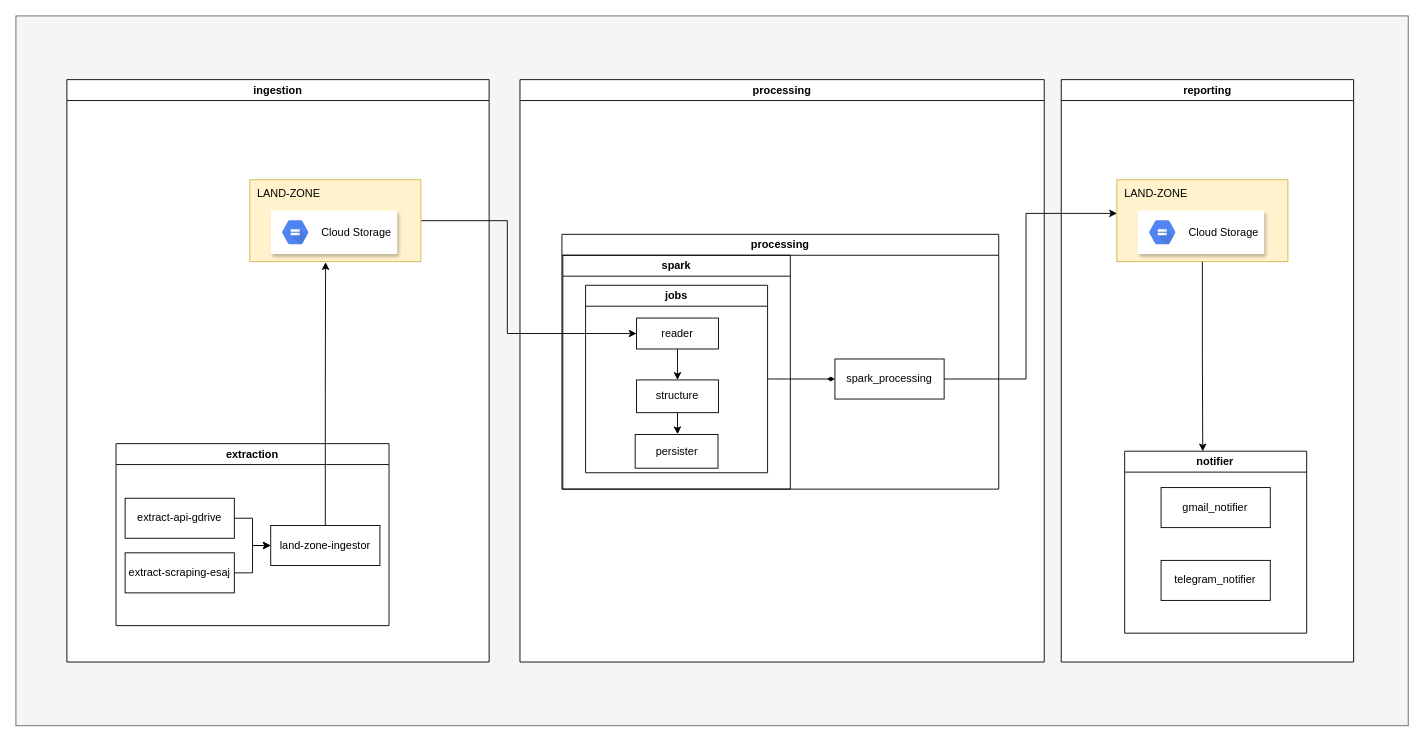
jonabsilva/data-application-pjs keeps this draw.io diagram as img/layers.drawio. Above is the earlier version. Source tidied: cells renumbered, new cells numbered last; positions are measured from the earlier drawing's top-left corner, leaving out a move shared by most shapes. Both pictures are drawn from the tidied source at 91%, with x=0, y=0 at pixel (15, 15).
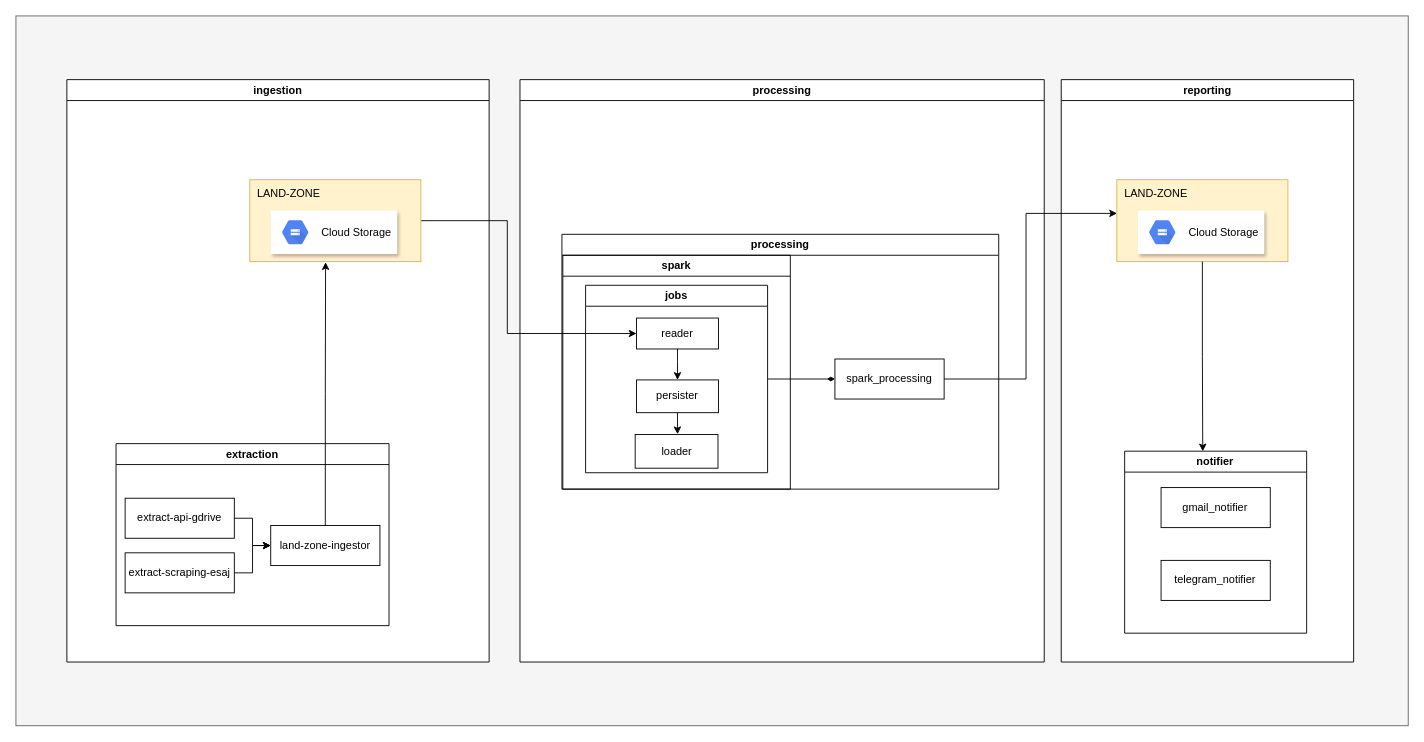
After the change.

Unchanged cells that the change refers to:
```xml
<mxCell id="18" value="spark" style="swimlane;whiteSpace=wrap;html=1;fillColor=none;" parent="15" vertex="1">
  <mxGeometry x="1" y="23" width="250" height="257" as="geometry" />
</mxCell>
```

Change to the diagram source:
```diff
@@
-    <mxCell id="22" value="structure" style="rounded=0;whiteSpace=wrap;html=1;" parent="18" vertex="1">
+    <mxCell id="22" value="persister" style="rounded=0;whiteSpace=wrap;html=1;" parent="18" vertex="1">
       <mxGeometry x="81" y="137" width="90" height="36" as="geometry" />
     </mxCell>
-    <mxCell id="23" value="persister" style="rounded=0;whiteSpace=wrap;html=1;" parent="18" vertex="1">
+    <mxCell id="23" value="loader" style="rounded=0;whiteSpace=wrap;html=1;" parent="18" vertex="1">
       <mxGeometry x="79.5" y="197" width="91" height="37" as="geometry" />
     </mxCell>
```
